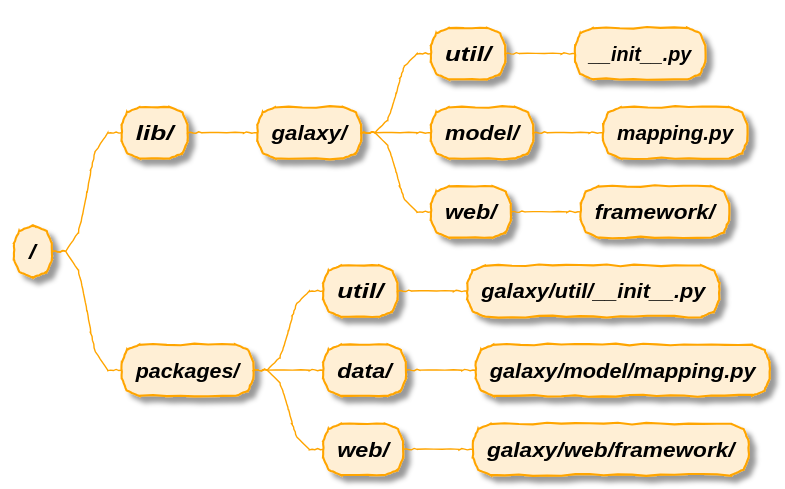
galaxyproject/training-material keeps this PlantUML diagram as topics/dev/images/core_files_code_python_2_views.plantuml.svg. Above is the earlier version. Source of this version:
```plantuml
@startmindmap

!include plantuml_style.txt
!include plantuml_options.txt

* /
** <b><i>lib/</i></b>
*** <b><i>galaxy/</i></b>
**** <b><i>util/</i></b>
***** <b><i>&#95;&#95;init&#95;&#95;.py</i></b>
**** <b><i>model/</i></b>
***** <b><i>mapping.py</i></b>
**** <b><i>web/</i></b>
***** <b><i>framework/</i></b>
** <b><i>packages/</i></b>
*** <b><i>util/</i></b>
**** <b><i>galaxy/util/&#95;&#95;init&#95;&#95;.py</i></b>
*** <b><i>data/</i></b>
**** <b><i>galaxy/model/mapping.py</i></b>
*** <b><i>web/</i></b>
**** <b><i>galaxy/web/framework/</i></b>
@endmindmap
```
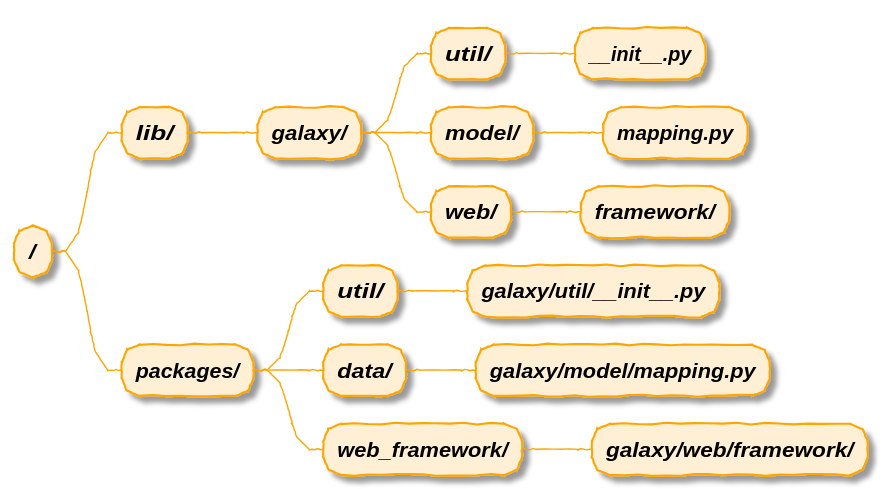
After the commit.

Diff of the diagram source:
```diff
@@ -17,6 +17,6 @@
 **** <b><i>galaxy/util/&#95;&#95;init&#95;&#95;.py</i></b>
 *** <b><i>data/</i></b>
 **** <b><i>galaxy/model/mapping.py</i></b>
-*** <b><i>web/</i></b>
+*** <b><i>web_framework/</i></b>
 **** <b><i>galaxy/web/framework/</i></b>
 @endmindmap
```
